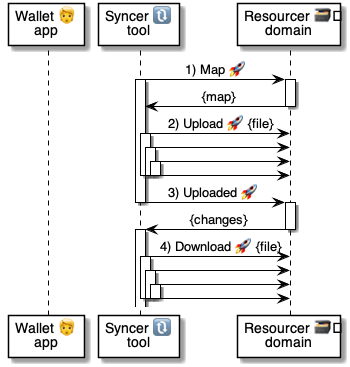
pollyweb-org/pollyweb-docs keeps this PlantUML diagram as 5 ⏩ Flows/77 🔃⏩ Syncer/.📎 Assets/sync.png. Above is the earlier version. Its source is kept beside it as 5 ⏩ Flows/77 🔃⏩ Syncer/.📎 Assets/sync.puml.
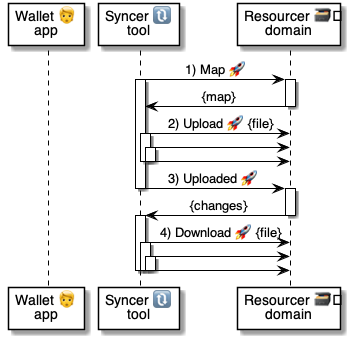
Later version of the same file.

Diff of the diagram source:
```diff
@@ -17,9 +17,6 @@
         syncer -> resourcer
         activate syncer
             syncer -> resourcer
-            activate syncer
-                syncer -> resourcer
-            deactivate syncer
         deactivate syncer
     deactivate syncer
 
@@ -36,10 +33,8 @@
         syncer -> resourcer
         activate syncer
             syncer -> resourcer
-            activate syncer
-                syncer -> resourcer
-            deactivate syncer
         deactivate syncer
+    deactivate syncer
 deactivate syncer
 
 @enduml
```
